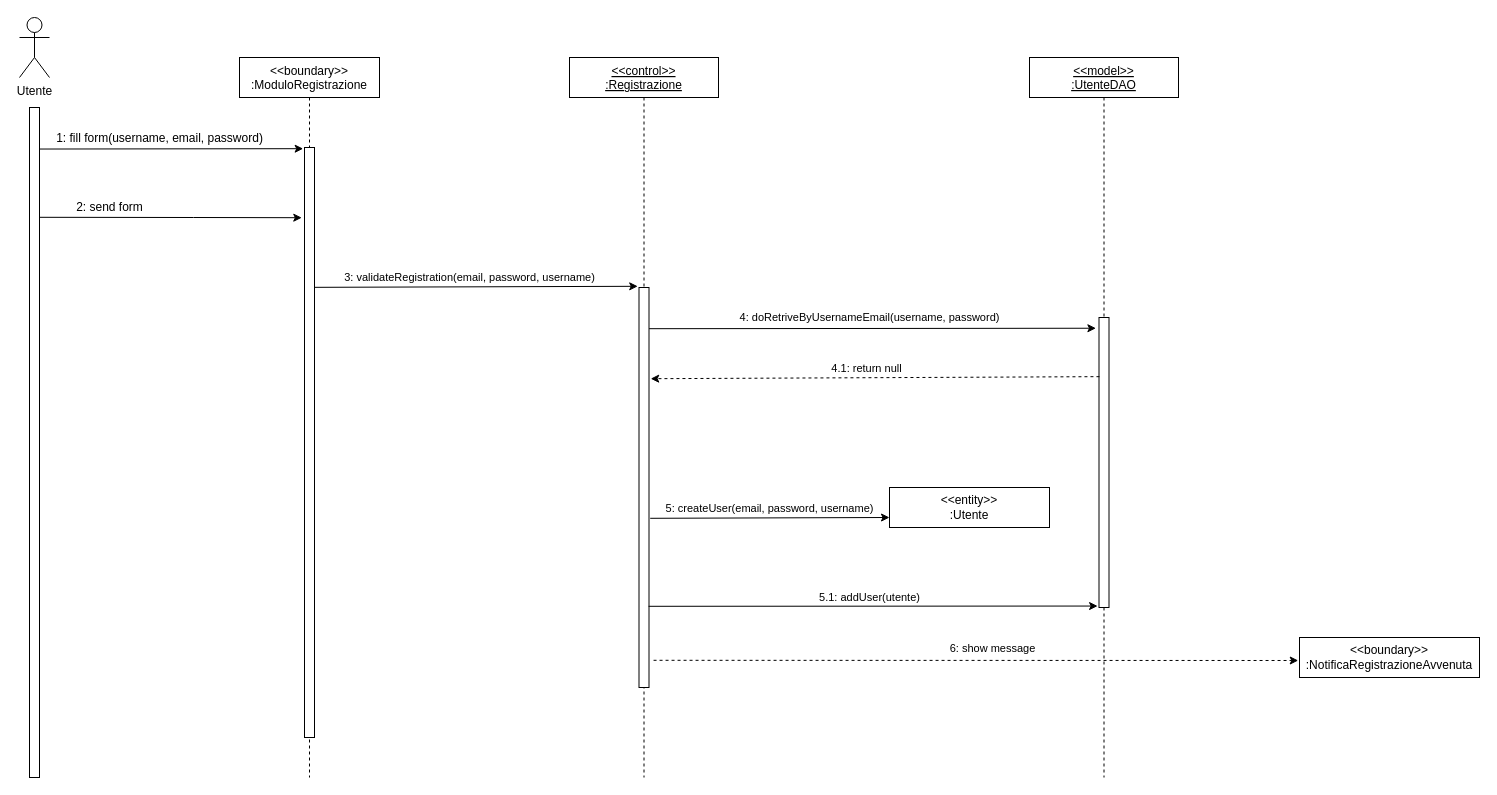
Above: DELIVERABLES/RAD/Sequence Diagram/Registrazione/Sequence Diagtram.drawio in cirofalcianoproductions/InfinityGames (draw.io), before the change. Source tidied: cells renumbered, new cells numbered last; positions are measured from the earlier drawing's top-left corner, leaving out a move shared by most shapes. Both pictures are drawn from the tidied source at 100%, with x=0, y=0 at pixel (19, 17).
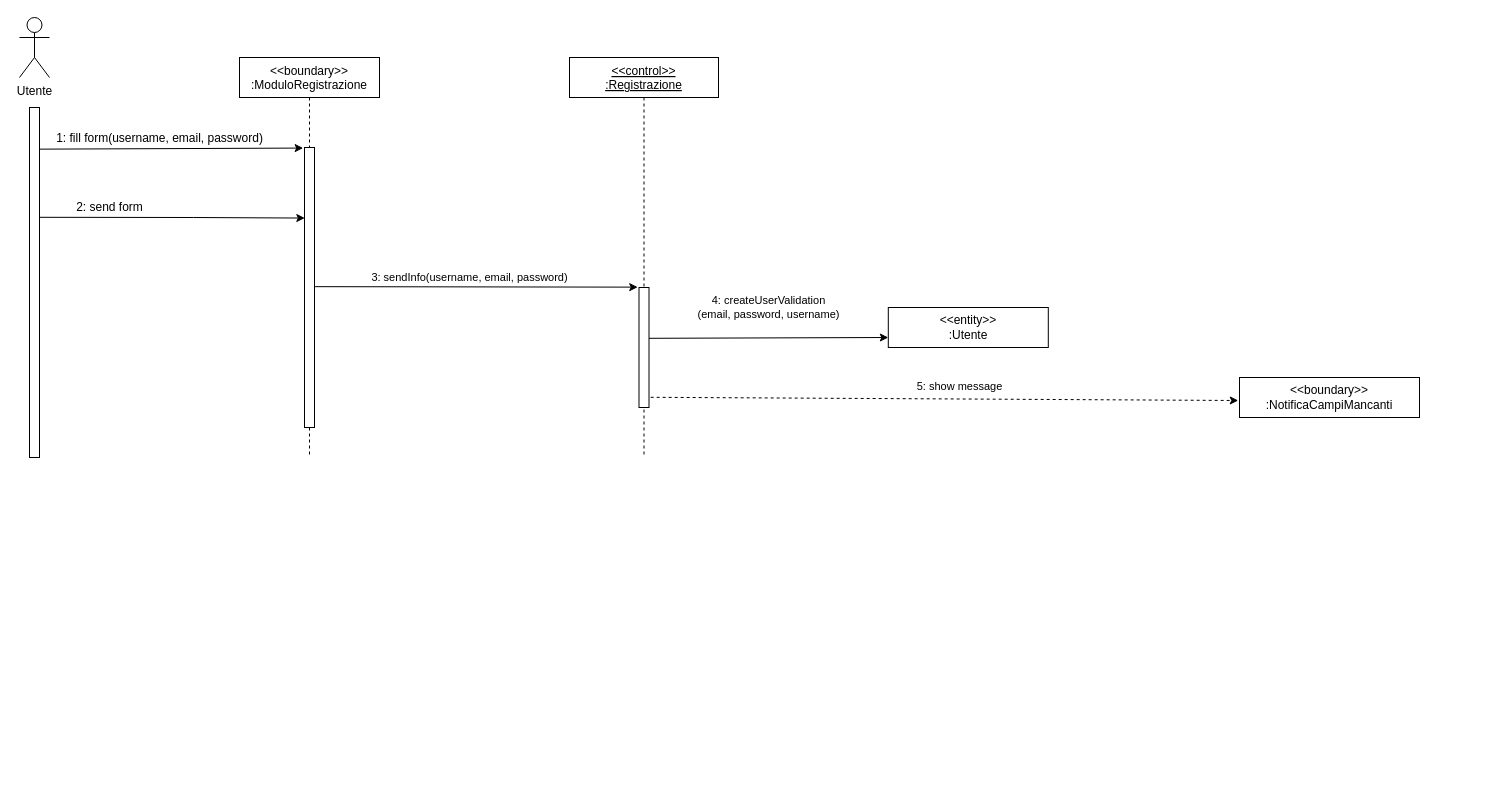
After the change.

Change to the diagram source:
```diff
@@
     <mxCell id="2" value="&lt;&lt;boundary&gt;&gt;&#10;:ModuloRegistrazione" style="shape=umlLifeline;perimeter=lifelinePerimeter;rounded=0;shadow=0;strokeWidth=1;fontStyle=0;" parent="1" vertex="1">
-      <mxGeometry x="220" y="40" width="140" height="720" as="geometry" />
+      <mxGeometry x="220" y="40" width="140" height="400" as="geometry" />
     </mxCell>
     <mxCell id="3" style="points=[];perimeter=orthogonalPerimeter;rounded=0;shadow=0;strokeWidth=1;" parent="2" vertex="1">
-      <mxGeometry x="65" y="90" width="10" height="590" as="geometry" />
+      <mxGeometry x="65" y="90" width="10" height="280" as="geometry" />
     </mxCell>
     <mxCell id="4" value="&lt;&lt;control&gt;&gt;&#10;:Registrazione" style="shape=umlLifeline;perimeter=lifelinePerimeter;rounded=0;shadow=0;strokeWidth=1;fontStyle=4;size=40;" parent="1" vertex="1">
-      <mxGeometry x="550" y="40" width="149" height="720" as="geometry" />
+      <mxGeometry x="550" y="40" width="149" height="400" as="geometry" />
     </mxCell>
     <mxCell id="5" style="points=[];perimeter=orthogonalPerimeter;rounded=0;shadow=0;strokeWidth=1;" parent="4" vertex="1">
-      <mxGeometry x="69.5" y="230" width="10" height="400" as="geometry" />
+      <mxGeometry x="69.5" y="230" width="10" height="120" as="geometry" />
     </mxCell>
@@
     <mxCell id="7" style="points=[];perimeter=orthogonalPerimeter;rounded=0;shadow=0;strokeWidth=1;" parent="1" vertex="1">
-      <mxGeometry x="10" y="90" width="10" height="670" as="geometry" />
+      <mxGeometry x="10" y="90" width="10" height="350" as="geometry" />
     </mxCell>
-    <mxCell id="8" style="endArrow=classic;html=1;exitX=1.014;exitY=0.062;exitDx=0;exitDy=0;exitPerimeter=0;entryX=-0.133;entryY=0.002;entryDx=0;entryDy=0;entryPerimeter=0;" parent="1" edge="1" source="7" target="3">
+    <mxCell id="8" style="endArrow=classic;html=1;exitX=0.95;exitY=0.119;exitDx=0;exitDy=0;exitPerimeter=0;entryX=-0.133;entryY=0.002;entryDx=0;entryDy=0;entryPerimeter=0;" parent="1" edge="1" source="7" target="3">
       <mxGeometry relative="1" as="geometry" />
     </mxCell>
@@
-    <mxCell id="10" style="endArrow=classic;html=1;exitX=1.067;exitY=0.1;exitDx=0;exitDy=0;exitPerimeter=0;entryX=-0.271;entryY=0.119;entryDx=0;entryDy=0;entryPerimeter=0;rounded=0;" parent="1" edge="1" target="3">
+    <mxCell id="10" style="endArrow=classic;html=1;exitX=1.067;exitY=0.1;exitDx=0;exitDy=0;exitPerimeter=0;entryX=0.033;entryY=0.252;entryDx=0;entryDy=0;entryPerimeter=0;rounded=0;" parent="1" edge="1" target="3">
       <mxGeometry relative="1" as="geometry">
         <mxPoint x="20" y="199.8" as="sourcePoint" />
         <Array as="points">
           <mxPoint x="174" y="200" />
         </Array>
       </mxGeometry>
     </mxCell>
-    <mxCell id="11" style="endArrow=classic;html=1;entryX=-0.128;entryY=-0.003;entryDx=0;entryDy=0;entryPerimeter=0;exitX=1.02;exitY=0.237;exitDx=0;exitDy=0;exitPerimeter=0;" parent="1" edge="1" source="3" target="5">
+    <mxCell id="11" style="endArrow=classic;html=1;entryX=-0.128;entryY=-0.003;entryDx=0;entryDy=0;entryPerimeter=0;exitX=1.059;exitY=0.497;exitDx=0;exitDy=0;exitPerimeter=0;" parent="1" edge="1" source="3" target="5">
       <mxGeometry relative="1" as="geometry" />
     </mxCell>
-    <mxCell id="12" value="3: validateRegistration(email, password, username)" style="edgeLabel;html=1;align=center;verticalAlign=middle;" parent="11" vertex="1">
+    <mxCell id="12" value="3: sendInfo(username, email, password)" style="edgeLabel;html=1;align=center;verticalAlign=middle;" parent="11" vertex="1">
       <mxGeometry x="-0.15" y="1" relative="1" as="geometry">
         <mxPoint x="17.2" y="-8.8" as="offset" />
       </mxGeometry>
     </mxCell>
@@
-    <mxCell id="14" value="&amp;lt;&amp;lt;boundary&amp;gt;&amp;gt;&lt;br&gt;:NotificaRegistrazioneAvvenuta" style="rounded=0;whiteSpace=wrap;html=1;" parent="1" vertex="1">
-      <mxGeometry x="1280" y="620" width="180" height="40" as="geometry" />
+    <mxCell id="14" value="&amp;lt;&amp;lt;boundary&amp;gt;&amp;gt;&lt;br&gt;:NotificaCampiMancanti" style="rounded=0;whiteSpace=wrap;html=1;" parent="1" vertex="1">
+      <mxGeometry x="1220" y="360" width="180" height="40" as="geometry" />
     </mxCell>
     <mxCell id="15" value="&amp;lt;&amp;lt;entity&amp;gt;&amp;gt;&lt;br&gt;:Utente" style="rounded=0;whiteSpace=wrap;html=1;" parent="1" vertex="1">
-      <mxGeometry x="870" y="470" width="160" height="40" as="geometry" />
+      <mxGeometry x="868.8" y="290" width="160" height="40" as="geometry" />
     </mxCell>
-    <mxCell id="16" value="&lt;&lt;model&gt;&gt;&#10;:UtenteDAO" style="shape=umlLifeline;perimeter=lifelinePerimeter;rounded=0;shadow=0;strokeWidth=1;fontStyle=4;size=40;" parent="1" vertex="1">
-      <mxGeometry x="1010" y="40" width="149" height="720" as="geometry" />
-    </mxCell>
-    <mxCell id="17" style="points=[];perimeter=orthogonalPerimeter;rounded=0;shadow=0;strokeWidth=1;" parent="16" vertex="1">
-      <mxGeometry x="69.5" y="260" width="10" height="290" as="geometry" />
-    </mxCell>
-    <mxCell id="18" style="endArrow=classic;html=1;exitX=1.121;exitY=0.577;exitDx=0;exitDy=0;exitPerimeter=0;entryX=0;entryY=0.75;entryDx=0;entryDy=0;" parent="1" edge="1" source="5" target="15">
+    <mxCell id="18" style="endArrow=classic;html=1;exitX=1.121;exitY=0.577;exitDx=0;exitDy=0;exitPerimeter=0;entryX=0;entryY=0.75;entryDx=0;entryDy=0;" parent="1" edge="1" target="15">
       <mxGeometry relative="1" as="geometry">
+        <mxPoint x="629.5" y="320.8" as="sourcePoint" />
         <Array as="points">
-          <mxPoint x="870" y="500" />
+          <mxPoint x="868.8" y="320" />
         </Array>
       </mxGeometry>
     </mxCell>
-    <mxCell id="19" value="5: createUser(email, password, username)" style="edgeLabel;html=1;align=center;verticalAlign=middle;" parent="18" vertex="1">
+    <mxCell id="19" value="4: createUserValidation&lt;br&gt;(email, password, username)" style="edgeLabel;html=1;align=center;verticalAlign=middle;" parent="18" vertex="1">
       <mxGeometry x="0.07" relative="1" as="geometry">
-        <mxPoint x="-9.2" y="-9.6" as="offset" />
+        <mxPoint x="-9.2" y="-30.4" as="offset" />
       </mxGeometry>
     </mxCell>
-    <mxCell id="20" style="endArrow=classic;html=1;exitX=1.01;exitY=0.103;exitDx=0;exitDy=0;exitPerimeter=0;entryX=-0.309;entryY=0.037;entryDx=0;entryDy=0;entryPerimeter=0;" parent="1" edge="1" source="5" target="17">
-      <mxGeometry relative="1" as="geometry" />
-    </mxCell>
-    <mxCell id="21" value="4: doRetriveByUsernameEmail(username, password)" style="edgeLabel;html=1;align=center;verticalAlign=middle;" parent="20" vertex="1">
-      <mxGeometry x="-0.02" y="2" relative="1" as="geometry">
-        <mxPoint x="0.9" y="-9" as="offset" />
-      </mxGeometry>
-    </mxCell>
-    <mxCell id="22" style="endArrow=classic;html=1;exitX=0.044;exitY=0.204;exitDx=0;exitDy=0;exitPerimeter=0;entryX=1.17;entryY=0.228;entryDx=0;entryDy=0;entryPerimeter=0;dashed=1;" parent="1" edge="1" source="17" target="5">
-      <mxGeometry relative="1" as="geometry" />
-    </mxCell>
-    <mxCell id="23" value="4.1: return null" style="edgeLabel;html=1;align=center;verticalAlign=middle;" parent="22" vertex="1">
-      <mxGeometry x="0.06" y="2" relative="1" as="geometry">
-        <mxPoint x="4.8" y="-12.2" as="offset" />
-      </mxGeometry>
-    </mxCell>
-    <mxCell id="24" style="endArrow=classic;html=1;entryX=-0.14;entryY=0.995;entryDx=0;entryDy=0;entryPerimeter=0;exitX=0.955;exitY=0.797;exitDx=0;exitDy=0;exitPerimeter=0;" parent="1" edge="1" source="5" target="17">
-      <mxGeometry relative="1" as="geometry" />
-    </mxCell>
-    <mxCell id="25" value="5.1: addUser(utente)" style="edgeLabel;html=1;align=center;verticalAlign=middle;" parent="24" vertex="1">
-      <mxGeometry x="-0.01" y="2" relative="1" as="geometry">
-        <mxPoint x="-1.4" y="-6.7" as="offset" />
-      </mxGeometry>
-    </mxCell>
-    <mxCell id="26" style="endArrow=classic;html=1;exitX=1.456;exitY=0.932;exitDx=0;exitDy=0;exitPerimeter=0;entryX=-0.007;entryY=0.575;entryDx=0;entryDy=0;entryPerimeter=0;dashed=1;" parent="1" edge="1" source="5" target="14">
+    <mxCell id="26" style="endArrow=classic;html=1;exitX=1.167;exitY=0.915;exitDx=0;exitDy=0;exitPerimeter=0;entryX=-0.007;entryY=0.575;entryDx=0;entryDy=0;entryPerimeter=0;dashed=1;" parent="1" edge="1" source="5" target="14">
       <mxGeometry relative="1" as="geometry" />
     </mxCell>
-    <mxCell id="27" value="6: show message" style="edgeLabel;html=1;align=center;verticalAlign=middle;" parent="26" vertex="1">
+    <mxCell id="27" value="5: show message" style="edgeLabel;html=1;align=center;verticalAlign=middle;" parent="26" vertex="1">
       <mxGeometry x="0.05" y="1" relative="1" as="geometry">
-        <mxPoint y="-11.9" as="offset" />
+        <mxPoint y="-12.1" as="offset" />
       </mxGeometry>
     </mxCell>
```
